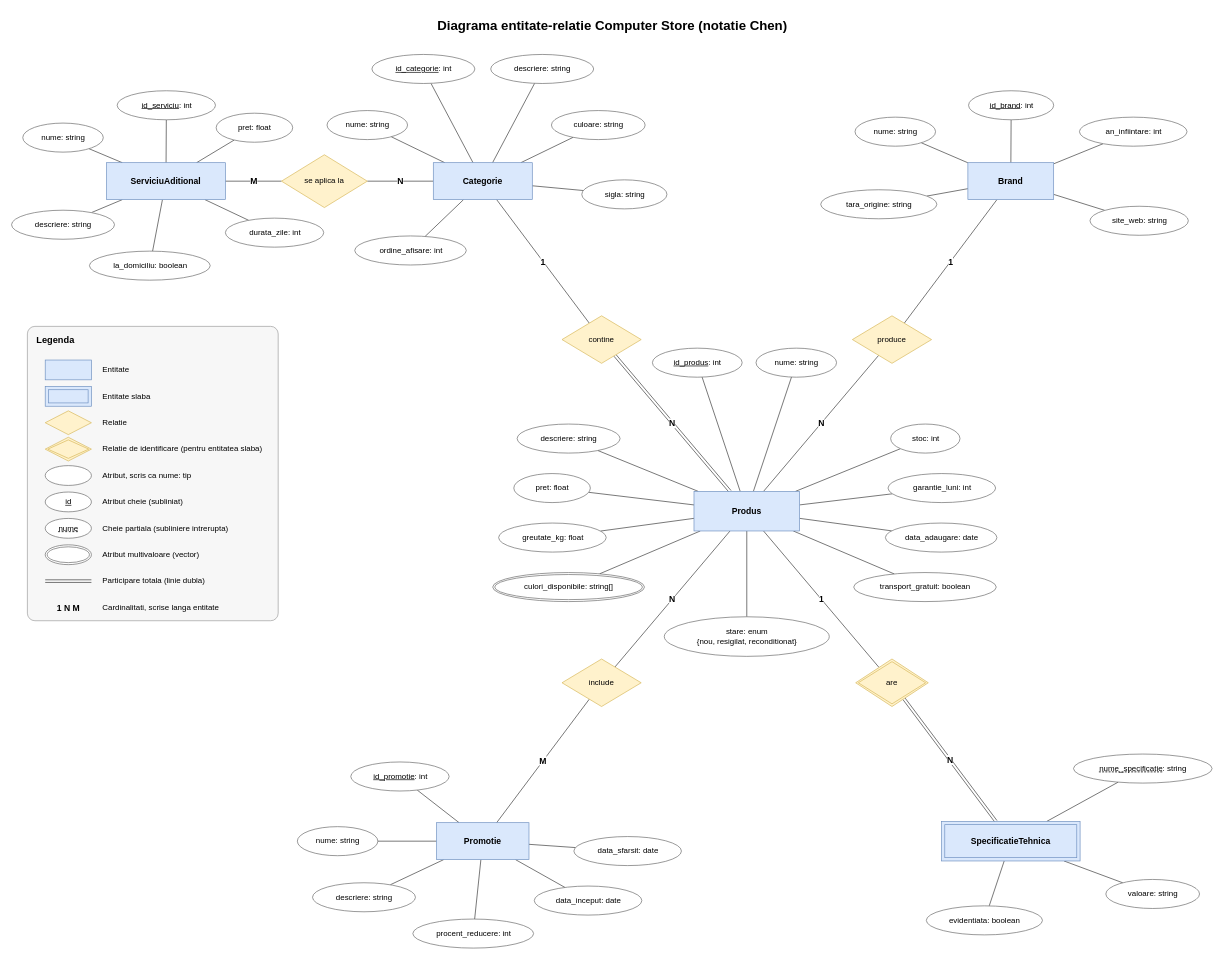
Before: docs/diagrama_bd.drawio in antonio-grosu/computer-store-ecommerce, a draw.io diagram. Source tidied: cells renumbered, new cells numbered last; positions are measured from the earlier drawing's top-left corner, leaving out a move shared by most shapes. Both pictures are drawn from the tidied source at 66%, with x=0, y=0 at pixel (11, 11).
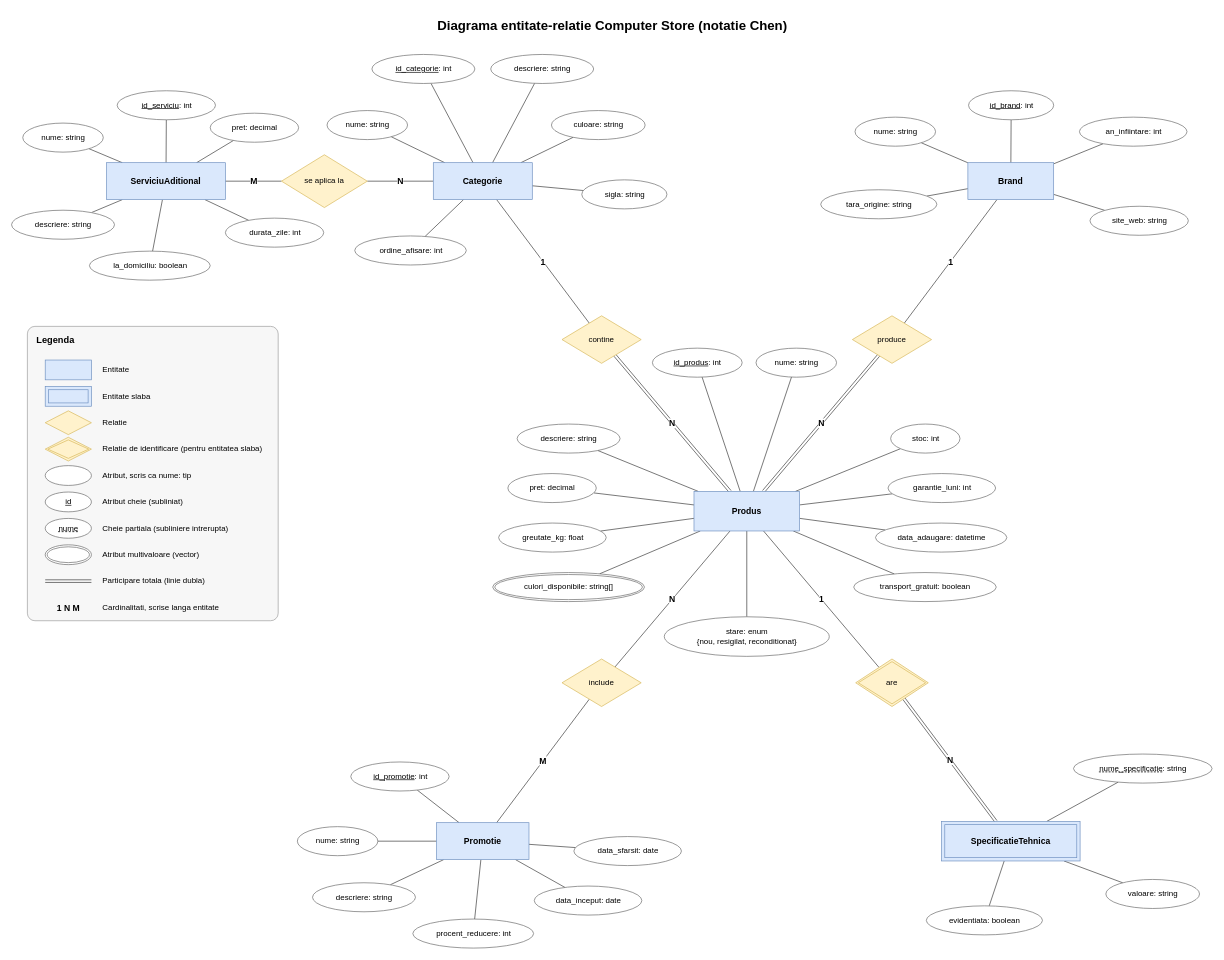
Above is the later version.

The change refers to these unchanged cells:
```xml
<mxCell id="54" value="Produs" style="rounded=0;whiteSpace=wrap;html=1;fontSize=12;fontFamily=Helvetica;fontStyle=1;fontSize=13;fillColor=#dae8fc;strokeColor=#6c8ebf;" parent="1" vertex="1">
  <mxGeometry x="1034" y="727" width="160" height="60" as="geometry" />
</mxCell>
<mxCell id="59" value="produce" style="rhombus;whiteSpace=wrap;html=1;fontSize=12;fontFamily=Helvetica;fillColor=#fff2cc;strokeColor=#d6b656;" parent="1" vertex="1">
  <mxGeometry x="1274" y="461" width="120" height="72" as="geometry" />
</mxCell>
```

Diff of the diagram source:
```diff
@@
-    <mxCell id="9" value="N" style="endArrow=none;html=1;rounded=0;fontSize=13;fontStyle=1;labelBackgroundColor=#ffffff;strokeColor=#333333;" parent="1" edge="1" source="59" target="54">
+    <mxCell id="9" value="N" style="shape=link;html=1;rounded=0;fontSize=13;fontStyle=1;labelBackgroundColor=#ffffff;strokeColor=#333333;" parent="1" edge="1" source="59" target="54">
       <mxGeometry relative="1" as="geometry" />
     </mxCell>
@@
-    <mxCell id="65" value="pret: float" style="ellipse;html=1;fontSize=12;fontFamily=Helvetica;fillColor=#ffffff;strokeColor=#666666;" parent="1" vertex="1">
-      <mxGeometry x="761" y="700" width="116" height="44" as="geometry" />
+    <mxCell id="65" value="pret: decimal" style="ellipse;html=1;fontSize=12;fontFamily=Helvetica;fillColor=#ffffff;strokeColor=#666666;" parent="1" vertex="1">
+      <mxGeometry x="752" y="700" width="134" height="44" as="geometry" />
     </mxCell>
@@
-    <mxCell id="70" value="data_adaugare: date" style="ellipse;html=1;fontSize=12;fontFamily=Helvetica;fillColor=#ffffff;strokeColor=#666666;" parent="1" vertex="1">
-      <mxGeometry x="1324" y="775" width="169" height="44" as="geometry" />
+    <mxCell id="70" value="data_adaugare: datetime" style="ellipse;html=1;fontSize=12;fontFamily=Helvetica;fillColor=#ffffff;strokeColor=#666666;" parent="1" vertex="1">
+      <mxGeometry x="1309" y="775" width="199" height="44" as="geometry" />
     </mxCell>
@@
-    <mxCell id="82" value="pret: float" style="ellipse;html=1;fontSize=12;fontFamily=Helvetica;fillColor=#ffffff;strokeColor=#666666;" parent="1" vertex="1">
-      <mxGeometry x="310" y="154" width="116" height="44" as="geometry" />
+    <mxCell id="82" value="pret: decimal" style="ellipse;html=1;fontSize=12;fontFamily=Helvetica;fillColor=#ffffff;strokeColor=#666666;" parent="1" vertex="1">
+      <mxGeometry x="301" y="154" width="134" height="44" as="geometry" />
     </mxCell>
```
